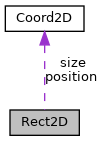
This is structRect2D__coll__graph.png from FPGA-Research-Manchester/byteman, a Graphviz export, as it was before one commit. Its source is kept beside it as structRect2D__coll__graph.dot. Source of this version:
```dot
digraph "Rect2D"
{
  edge [fontname="Helvetica",fontsize="10",labelfontname="Helvetica",labelfontsize="10"];
  node [fontname="Helvetica",fontsize="10",shape=record];
  Node1 [label="Rect2D",height=0.2,width=0.4,color="black", fillcolor="grey75", style="filled", fontcolor="black",tooltip=" "];
  Node2 -> Node1 [dir="back",color="darkorchid3",fontsize="10",style="dashed",label=" size\nposition" ,fontname="Helvetica"];
  Node2 [label="Coord2D",height=0.2,width=0.4,color="black", fillcolor="white", style="filled",URL="$structCoord2D.html",tooltip=" "];
}
```
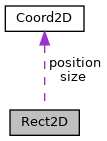
The same diagram one commit later.

What changed in the source:
```diff
@@ -3,6 +3,6 @@
   edge [fontname="Helvetica",fontsize="10",labelfontname="Helvetica",labelfontsize="10"];
   node [fontname="Helvetica",fontsize="10",shape=record];
   Node1 [label="Rect2D",height=0.2,width=0.4,color="black", fillcolor="grey75", style="filled", fontcolor="black",tooltip=" "];
-  Node2 -> Node1 [dir="back",color="darkorchid3",fontsize="10",style="dashed",label=" size\nposition" ,fontname="Helvetica"];
+  Node2 -> Node1 [dir="back",color="darkorchid3",fontsize="10",style="dashed",label=" position\nsize" ,fontname="Helvetica"];
   Node2 [label="Coord2D",height=0.2,width=0.4,color="black", fillcolor="white", style="filled",URL="$structCoord2D.html",tooltip=" "];
 }
```
